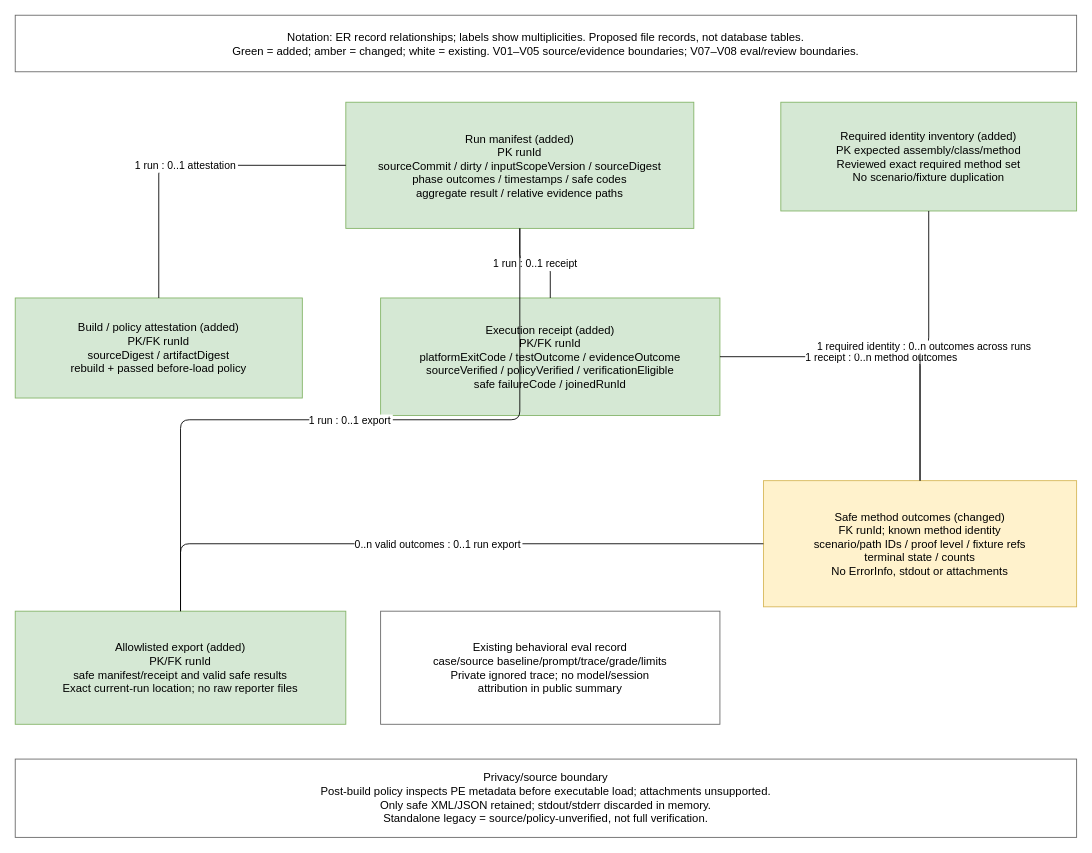
This is diagrams/006-layered-testing-verification/data.drawio from IgnatovichStanislav/checkin-booking, a draw.io file, before an edit. Source tidied: cells renumbered, new cells numbered last; positions are measured from the earlier drawing's top-left corner, leaving out a move shared by most shapes. Both pictures are drawn from the tidied source at 87%, with x=0, y=0 at pixel (15, 15).
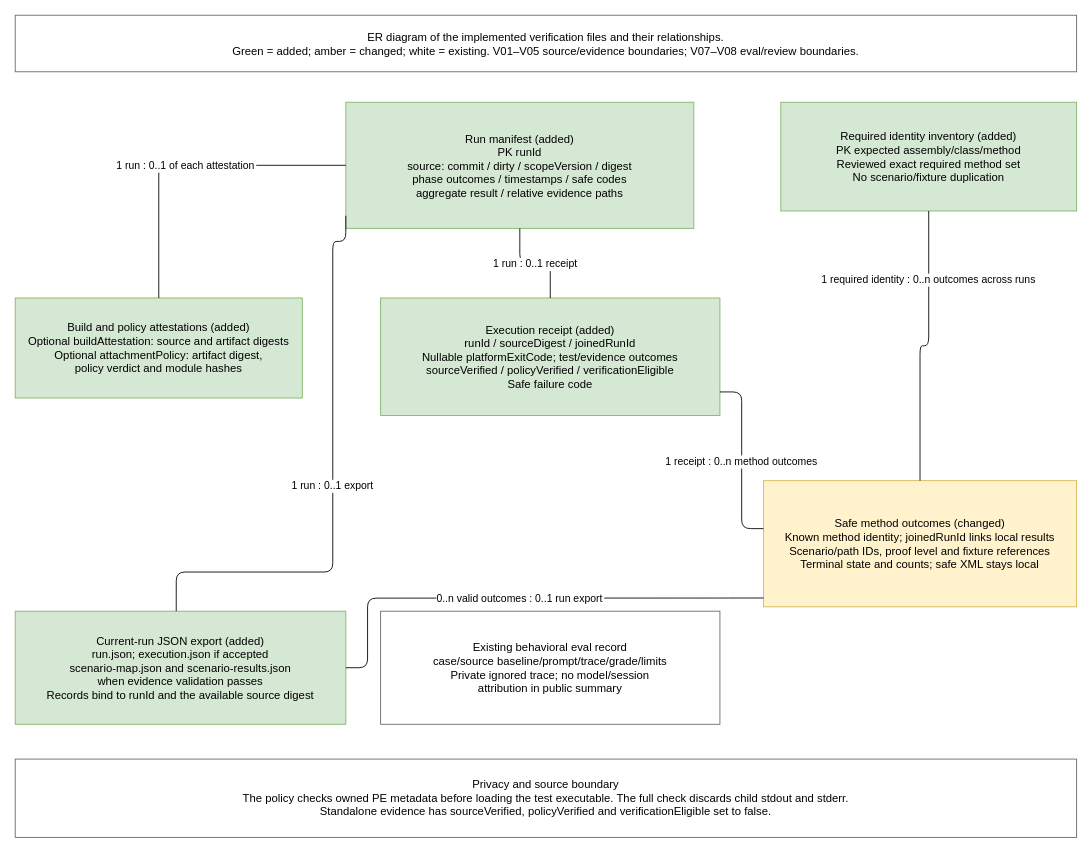
After the change.

Commit message (it also covers changes not shown here):
docs(006): complete coverage and verification handoff

Unchanged cells that the change refers to:
```xml
<mxCell id="6" value="Required identity inventory (added)&#10;PK expected assembly/class/method&#10;Reviewed exact required method set&#10;No scenario/fixture duplication" style="rounded=0;whiteSpace=wrap;html=0;fillColor=#d5e8d4;strokeColor=#82b366;fontSize=13;" parent="1" vertex="1">
  <mxGeometry x="880" y="100" width="340" height="125" as="geometry" />
</mxCell>
```

The edit, as a diff of the source:
```diff
@@
-    <mxCell id="2" value="Notation: ER record relationships; labels show multiplicities. Proposed file records, not database tables.&#10;Green = added; amber = changed; white = existing. V01–V05 source/evidence boundaries; V07–V08 eval/review boundaries." style="rounded=0;whiteSpace=wrap;html=0;fillColor=#ffffff;strokeColor=#666666;fontSize=13;" parent="1" vertex="1">
+    <mxCell id="2" value="ER diagram of the implemented verification files and their relationships.&#10;Green = added; amber = changed; white = existing. V01–V05 source/evidence boundaries; V07–V08 eval/review boundaries." style="rounded=0;whiteSpace=wrap;html=0;fillColor=#ffffff;strokeColor=#666666;fontSize=13;" parent="1" vertex="1">
       <mxGeometry width="1220" height="65" as="geometry" />
     </mxCell>
-    <mxCell id="3" value="Run manifest (added)&#10;PK runId&#10;sourceCommit / dirty / inputScopeVersion / sourceDigest&#10;phase outcomes / timestamps / safe codes&#10;aggregate result / relative evidence paths" style="rounded=0;whiteSpace=wrap;html=0;fillColor=#d5e8d4;strokeColor=#82b366;fontSize=13;" parent="1" vertex="1">
+    <mxCell id="3" value="Run manifest (added)&#10;PK runId&#10;source: commit / dirty / scopeVersion / digest&#10;phase outcomes / timestamps / safe codes&#10;aggregate result / relative evidence paths" style="rounded=0;whiteSpace=wrap;html=0;fillColor=#d5e8d4;strokeColor=#82b366;fontSize=13;" parent="1" vertex="1">
       <mxGeometry x="380" y="100" width="400" height="145" as="geometry" />
     </mxCell>
-    <mxCell id="4" value="Build / policy attestation (added)&#10;PK/FK runId&#10;sourceDigest / artifactDigest&#10;rebuild + passed before-load policy" style="rounded=0;whiteSpace=wrap;html=0;fillColor=#d5e8d4;strokeColor=#82b366;fontSize=13;" parent="1" vertex="1">
+    <mxCell id="4" value="Build and policy attestations (added)&#10;Optional buildAttestation: source and artifact digests&#10;Optional attachmentPolicy: artifact digest,&#10;policy verdict and module hashes" style="rounded=0;whiteSpace=wrap;html=0;fillColor=#d5e8d4;strokeColor=#82b366;fontSize=13;" parent="1" vertex="1">
       <mxGeometry y="325" width="330" height="115" as="geometry" />
     </mxCell>
-    <mxCell id="5" value="Execution receipt (added)&#10;PK/FK runId&#10;platformExitCode / testOutcome / evidenceOutcome&#10;sourceVerified / policyVerified / verificationEligible&#10;safe failureCode / joinedRunId" style="rounded=0;whiteSpace=wrap;html=0;fillColor=#d5e8d4;strokeColor=#82b366;fontSize=13;" parent="1" vertex="1">
+    <mxCell id="5" value="Execution receipt (added)&#10;runId / sourceDigest / joinedRunId&#10;Nullable platformExitCode; test/evidence outcomes&#10;sourceVerified / policyVerified / verificationEligible&#10;Safe failure code" style="rounded=0;whiteSpace=wrap;html=0;fillColor=#d5e8d4;strokeColor=#82b366;fontSize=13;" parent="1" vertex="1">
       <mxGeometry x="420" y="325" width="390" height="135" as="geometry" />
     </mxCell>
@@
-    <mxCell id="7" value="Safe method outcomes (changed)&#10;FK runId; known method identity&#10;scenario/path IDs / proof level / fixture refs&#10;terminal state / counts&#10;No ErrorInfo, stdout or attachments" style="rounded=0;whiteSpace=wrap;html=0;fillColor=#fff2cc;strokeColor=#d6b656;fontSize=13;" parent="1" vertex="1">
+    <mxCell id="7" value="Safe method outcomes (changed)&#10;Known method identity; joinedRunId links local results&#10;Scenario/path IDs, proof level and fixture references&#10;Terminal state and counts; safe XML stays local" style="rounded=0;whiteSpace=wrap;html=0;fillColor=#fff2cc;strokeColor=#d6b656;fontSize=13;" parent="1" vertex="1">
       <mxGeometry x="860" y="535" width="360" height="145" as="geometry" />
     </mxCell>
-    <mxCell id="8" value="Allowlisted export (added)&#10;PK/FK runId&#10;safe manifest/receipt and valid safe results&#10;Exact current-run location; no raw reporter files" style="rounded=0;whiteSpace=wrap;html=0;fillColor=#d5e8d4;strokeColor=#82b366;fontSize=13;" parent="1" vertex="1">
+    <mxCell id="8" value="Current-run JSON export (added)&#10;run.json; execution.json if accepted&#10;scenario-map.json and scenario-results.json&#10;when evidence validation passes&#10;Records bind to runId and the available source digest" style="rounded=0;whiteSpace=wrap;html=0;fillColor=#d5e8d4;strokeColor=#82b366;fontSize=13;" parent="1" vertex="1">
       <mxGeometry y="685" width="380" height="130" as="geometry" />
     </mxCell>
@@
-    <mxCell id="10" value="Privacy/source boundary&#10;Post-build policy inspects PE metadata before executable load; attachments unsupported.&#10;Only safe XML/JSON retained; stdout/stderr discarded in memory.&#10;Standalone legacy = source/policy-unverified, not full verification." style="rounded=0;whiteSpace=wrap;html=0;fillColor=#ffffff;strokeColor=#666666;fontSize=13;" parent="1" vertex="1">
+    <mxCell id="10" value="Privacy and source boundary&#10;The policy checks owned PE metadata before loading the test executable. The full check discards child stdout and stderr.&#10;Standalone evidence has sourceVerified, policyVerified and verificationEligible set to false." style="rounded=0;whiteSpace=wrap;html=0;fillColor=#ffffff;strokeColor=#666666;fontSize=13;" parent="1" vertex="1">
       <mxGeometry y="855" width="1220" height="90" as="geometry" />
     </mxCell>
-    <mxCell id="11" value="1 run : 0..1 attestation" style="edgeStyle=orthogonalEdgeStyle;endArrow=none;html=0;fontSize=12;labelBackgroundColor=#ffffff;" parent="1" edge="1" source="3" target="4">
+    <mxCell id="11" value="1 run : 0..1 of each attestation" style="edgeStyle=orthogonalEdgeStyle;endArrow=none;html=0;fontSize=12;labelBackgroundColor=#ffffff;" parent="1" edge="1" source="3" target="4">
       <mxGeometry relative="1" as="geometry" />
     </mxCell>
@@
-    <mxCell id="13" value="1 receipt : 0..n method outcomes" style="edgeStyle=orthogonalEdgeStyle;endArrow=none;html=0;fontSize=12;labelBackgroundColor=#ffffff;" parent="1" edge="1" source="5" target="7">
-      <mxGeometry relative="1" as="geometry" />
+    <mxCell id="13" value="1 receipt : 0..n method outcomes" style="edgeStyle=orthogonalEdgeStyle;exitX=1;exitY=0.8;entryX=0;entryY=0.38;endArrow=none;html=0;fontSize=12;labelBackgroundColor=#ffffff;" parent="1" edge="1" source="5" target="7">
+      <mxGeometry relative="1" as="geometry">
+        <Array as="points">
+          <mxPoint x="835" y="433" />
+          <mxPoint x="835" y="590" />
+        </Array>
+      </mxGeometry>
     </mxCell>
     <mxCell id="14" value="1 required identity : 0..n outcomes across runs" style="edgeStyle=orthogonalEdgeStyle;endArrow=none;html=0;fontSize=12;labelBackgroundColor=#ffffff;" parent="1" edge="1" source="6" target="7">
-      <mxGeometry relative="1" as="geometry" />
+      <mxGeometry x="-0.4" relative="1" as="geometry">
+        <mxPoint y="-18" as="offset" />
+      </mxGeometry>
     </mxCell>
-    <mxCell id="15" value="1 run : 0..1 export" style="edgeStyle=orthogonalEdgeStyle;endArrow=none;html=0;fontSize=12;labelBackgroundColor=#ffffff;" parent="1" edge="1" source="3" target="8">
-      <mxGeometry relative="1" as="geometry" />
+    <mxCell id="15" value="1 run : 0..1 export" style="edgeStyle=orthogonalEdgeStyle;exitX=0;exitY=0.9;entryX=0.487;entryY=0;endArrow=none;html=0;fontSize=12;labelBackgroundColor=#ffffff;" parent="1" edge="1" source="3" target="8">
+      <mxGeometry relative="1" as="geometry">
+        <Array as="points">
+          <mxPoint x="365" y="260" />
+          <mxPoint x="365" y="640" />
+          <mxPoint x="185" y="640" />
+        </Array>
+      </mxGeometry>
     </mxCell>
-    <mxCell id="16" value="0..n valid outcomes : 0..1 run export" style="edgeStyle=orthogonalEdgeStyle;endArrow=none;html=0;fontSize=12;labelBackgroundColor=#ffffff;" parent="1" edge="1" source="7" target="8">
-      <mxGeometry relative="1" as="geometry" />
+    <mxCell id="16" value="0..n valid outcomes : 0..1 run export" style="edgeStyle=orthogonalEdgeStyle;endArrow=none;exitX=0;exitY=0.93;entryX=1;entryY=0.5;html=0;fontSize=12;labelBackgroundColor=#ffffff;" parent="1" edge="1" source="7" target="8">
+      <mxGeometry relative="1" as="geometry">
+        <Array as="points">
+          <mxPoint x="820" y="670" />
+          <mxPoint x="405" y="670" />
+          <mxPoint x="405" y="750" />
+        </Array>
+      </mxGeometry>
     </mxCell>
```
